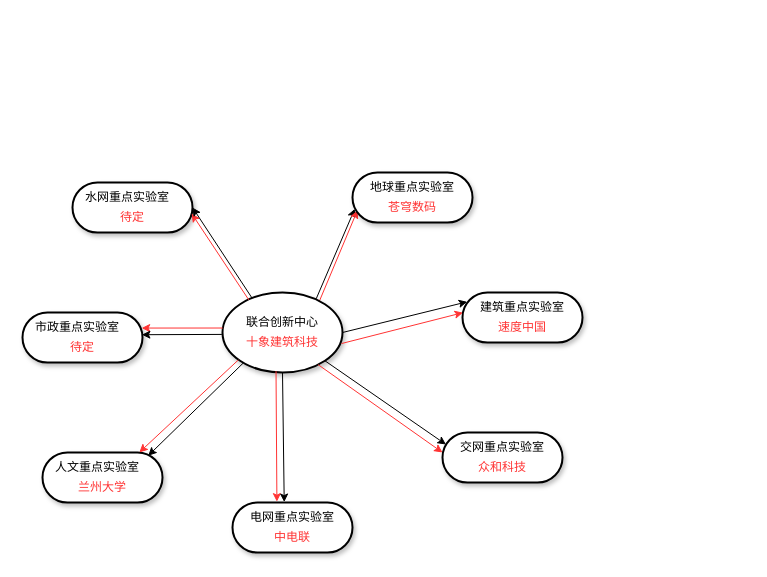
gaochaowyq/MinderGraph keeps this draw.io diagram as LianHeChuangXinZhongXin.drawio. Above is the earlier version. Source tidied: cells renumbered, new cells numbered last; positions are measured from the earlier drawing's top-left corner, leaving out a move shared by most shapes. Both pictures are drawn from the tidied source at 100%, with x=0, y=0 at pixel (22, 172).
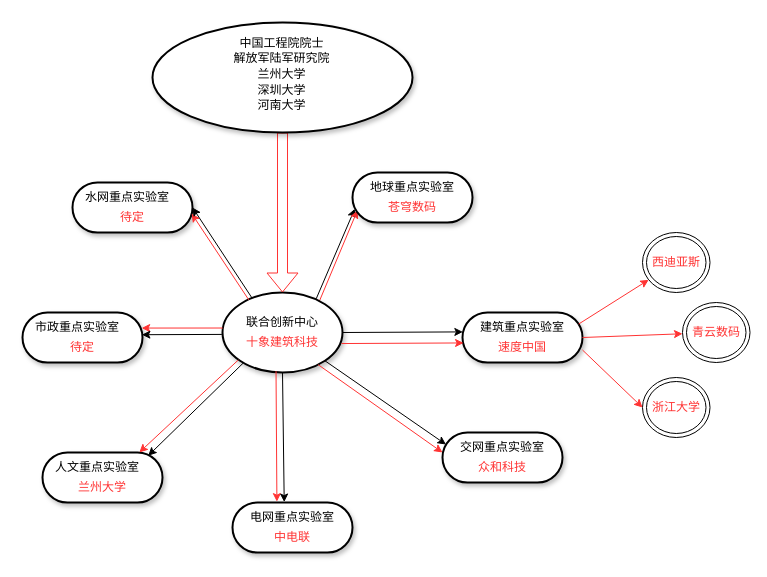
Above is the later version.

Unchanged cells that the change refers to:
```xml
<mxCell id="9" style="ellipse;whiteSpace=wrap;html=1;rounded=1;shadow=1;comic=0;labelBackgroundColor=none;strokeWidth=2;fontFamily=Verdana;fontSize=12;align=center;" parent="8" vertex="1">
  <mxGeometry width="120" height="80" as="geometry" />
</mxCell>
<mxCell id="13" style="whiteSpace=wrap;html=1;rounded=1;shadow=1;comic=0;labelBackgroundColor=none;strokeWidth=2;fontFamily=Verdana;fontSize=12;align=center;arcSize=50;" parent="12" vertex="1">
  <mxGeometry width="120" height="50" as="geometry" />
</mxCell>
```

Change to the diagram source:
```diff
@@
     <mxCell id="12" style="group;" parent="1" vertex="1">
-      <mxGeometry x="440" y="120" width="120" height="50" as="geometry" />
+      <mxGeometry x="440" y="140" width="120" height="50" as="geometry" />
     </mxCell>
@@
-    <mxCell id="16" style="endArrow=classic;html=1;exitX=1;exitY=0.5;exitDx=0;exitDy=0;rounded=0;entryX=0.039;entryY=0.186;entryDx=0;entryDy=0;entryPerimeter=0;" parent="1" edge="1" source="9" target="13">
-      <mxGeometry relative="1" as="geometry" />
-    </mxCell>
-    <mxCell id="17" style="endArrow=classic;html=1;rounded=0;fillColor=#e51400;strokeColor=#FF3333;entryX=0.004;entryY=0.403;entryDx=0;entryDy=0;exitX=0.992;exitY=0.638;exitDx=0;exitDy=0;exitPerimeter=0;entryPerimeter=0;" parent="1" edge="1" source="9" target="13">
-      <mxGeometry relative="1" as="geometry" />
-    </mxCell>
@@
+    <mxCell id="48" style="shape=flexArrow;endArrow=classic;html=1;strokeColor=#FF3333;entryX=0.5;entryY=0;entryDx=0;entryDy=0;exitX=0.5;exitY=1;exitDx=0;exitDy=0;" parent="1" edge="1" source="50" target="9">
+      <mxGeometry relative="1" as="geometry" />
+    </mxCell>
+    <mxCell id="49" style="group;" parent="1" vertex="1">
+      <mxGeometry x="130" y="-150" width="260" height="110" as="geometry" />
+    </mxCell>
+    <mxCell id="50" style="ellipse;whiteSpace=wrap;html=1;rounded=1;shadow=1;comic=0;labelBackgroundColor=none;strokeWidth=2;fontFamily=Verdana;fontSize=12;align=center;" parent="49" vertex="1">
+      <mxGeometry width="260" height="110" as="geometry" />
+    </mxCell>
+    <mxCell id="51" value="中国工程院院士" style="text;html=1;strokeColor=none;fillColor=none;align=center;verticalAlign=middle;whiteSpace=wrap;rounded=0;" parent="49" vertex="1">
+      <mxGeometry x="43.3" y="7" width="173.3" height="27.5" as="geometry" />
+    </mxCell>
+    <mxCell id="52" value="解放军陆军研究院" style="text;html=1;strokeColor=none;fillColor=none;align=center;verticalAlign=middle;whiteSpace=wrap;rounded=0;" parent="49" vertex="1">
+      <mxGeometry x="43" y="21.8" width="173.3" height="27.5" as="geometry" />
+    </mxCell>
+    <mxCell id="53" value="兰州大学" style="text;html=1;strokeColor=none;fillColor=none;align=center;verticalAlign=middle;whiteSpace=wrap;rounded=0;" parent="49" vertex="1">
+      <mxGeometry x="43" y="38.5" width="173.3" height="27.5" as="geometry" />
+    </mxCell>
+    <mxCell id="54" value="深圳大学" style="text;html=1;strokeColor=none;fillColor=none;align=center;verticalAlign=middle;whiteSpace=wrap;rounded=0;" parent="49" vertex="1">
+      <mxGeometry x="43" y="54.2" width="173.3" height="27.5" as="geometry" />
+    </mxCell>
+    <mxCell id="55" value="河南大学" style="text;html=1;strokeColor=none;fillColor=none;align=center;verticalAlign=middle;whiteSpace=wrap;rounded=0;" parent="49" vertex="1">
+      <mxGeometry x="43" y="69" width="173.3" height="27.5" as="geometry" />
+    </mxCell>
+    <mxCell id="56" value="&lt;font color=&quot;#ff3333&quot;&gt;西迪亚斯&lt;/font&gt;" style="ellipse;shape=doubleEllipse;whiteSpace=wrap;html=1;rounded=1;" parent="1" vertex="1">
+      <mxGeometry x="620" y="60" width="67.5" height="60" as="geometry" />
+    </mxCell>
+    <mxCell id="57" style="endArrow=classic;html=1;exitX=1;exitY=0.5;exitDx=0;exitDy=0;rounded=0;entryX=0.003;entryY=0.388;entryDx=0;entryDy=0;entryPerimeter=0;" parent="1" edge="1" source="9" target="13">
+      <mxGeometry relative="1" as="geometry" />
+    </mxCell>
+    <mxCell id="58" style="endArrow=classic;html=1;rounded=0;fillColor=#e51400;strokeColor=#FF3333;exitX=0.992;exitY=0.638;exitDx=0;exitDy=0;exitPerimeter=0;entryX=0.009;entryY=0.609;entryDx=0;entryDy=0;entryPerimeter=0;" parent="1" edge="1" source="9" target="13">
+      <mxGeometry relative="1" as="geometry" />
+    </mxCell>
+    <mxCell id="59" style="endArrow=classic;html=1;rounded=0;fillColor=#e51400;strokeColor=#FF3333;exitX=0.968;exitY=0.231;exitDx=0;exitDy=0;exitPerimeter=0;" parent="1" edge="1" source="13" target="56">
+      <mxGeometry relative="1" as="geometry" />
+    </mxCell>
+    <mxCell id="60" value="&lt;font color=&quot;#ff3333&quot;&gt;青云数码&lt;/font&gt;" style="ellipse;shape=doubleEllipse;whiteSpace=wrap;html=1;rounded=1;" parent="1" vertex="1">
+      <mxGeometry x="660" y="130" width="67.5" height="60" as="geometry" />
+    </mxCell>
+    <mxCell id="61" style="endArrow=classic;html=1;rounded=0;fillColor=#e51400;strokeColor=#FF3333;exitX=1;exitY=0.5;exitDx=0;exitDy=0;" parent="1" edge="1" source="13" target="60">
+      <mxGeometry relative="1" as="geometry" />
+    </mxCell>
+    <mxCell id="62" value="&lt;font color=&quot;#ff3333&quot;&gt;浙江大学&lt;/font&gt;" style="ellipse;shape=doubleEllipse;whiteSpace=wrap;html=1;rounded=1;" parent="1" vertex="1">
+      <mxGeometry x="620" y="205" width="67.5" height="60" as="geometry" />
+    </mxCell>
+    <mxCell id="63" style="endArrow=classic;html=1;rounded=0;fillColor=#e51400;strokeColor=#FF3333;exitX=1;exitY=0.75;exitDx=0;exitDy=0;entryX=0;entryY=0.5;entryDx=0;entryDy=0;" parent="1" edge="1" source="13" target="62">
+      <mxGeometry relative="1" as="geometry" />
+    </mxCell>
```
